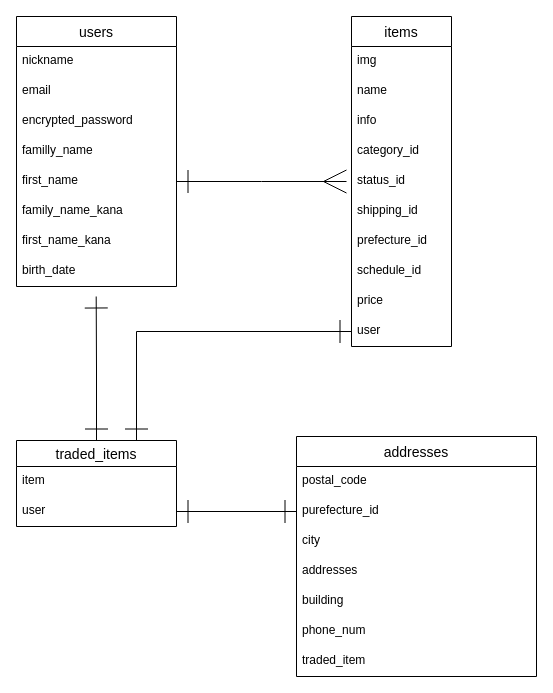
This is er.dio from kenta-oga/furima-32976, a draw.io file, before an edit. Source tidied: cells renumbered, new cells numbered last; positions are measured from the earlier drawing's top-left corner, leaving out a move shared by most shapes. Both pictures are drawn from the tidied source at 100%, with x=0, y=0 at pixel (16, 16).
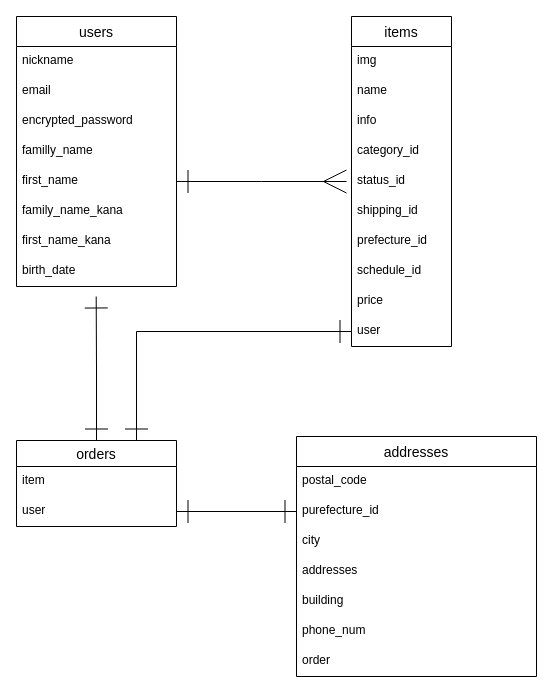
The same diagram, later.

Commit message (it also covers changes not shown here):
traded_itemモデルの名前をorderに変更

Unchanged cells that the change refers to:
```xml
<mxCell id="23" value="addresses" style="swimlane;fontStyle=0;horizontal=1;startSize=30;align=center;fontSize=14;" parent="1" vertex="1">
  <mxGeometry x="280" y="420" width="240" height="240" as="geometry" />
</mxCell>
```

What changed in the source:
```diff
@@
-    <mxCell id="30" value="traded_item" style="text;strokeColor=none;fillColor=none;spacingLeft=4;spacingRight=4;overflow=hidden;fontSize=12;" parent="23" vertex="1">
+    <mxCell id="30" value="order" style="text;strokeColor=none;fillColor=none;spacingLeft=4;spacingRight=4;overflow=hidden;fontSize=12;" parent="23" vertex="1">
       <mxGeometry y="210" width="240" height="30" as="geometry" />
     </mxCell>
@@
-    <mxCell id="33" value="traded_items" style="swimlane;fontStyle=0;horizontal=1;startSize=26;align=center;fontSize=14;" parent="1" vertex="1">
+    <mxCell id="33" value="orders" style="swimlane;fontStyle=0;horizontal=1;startSize=26;align=center;fontSize=14;" parent="1" vertex="1">
       <mxGeometry y="424" width="160" height="86" as="geometry" />
     </mxCell>
```
